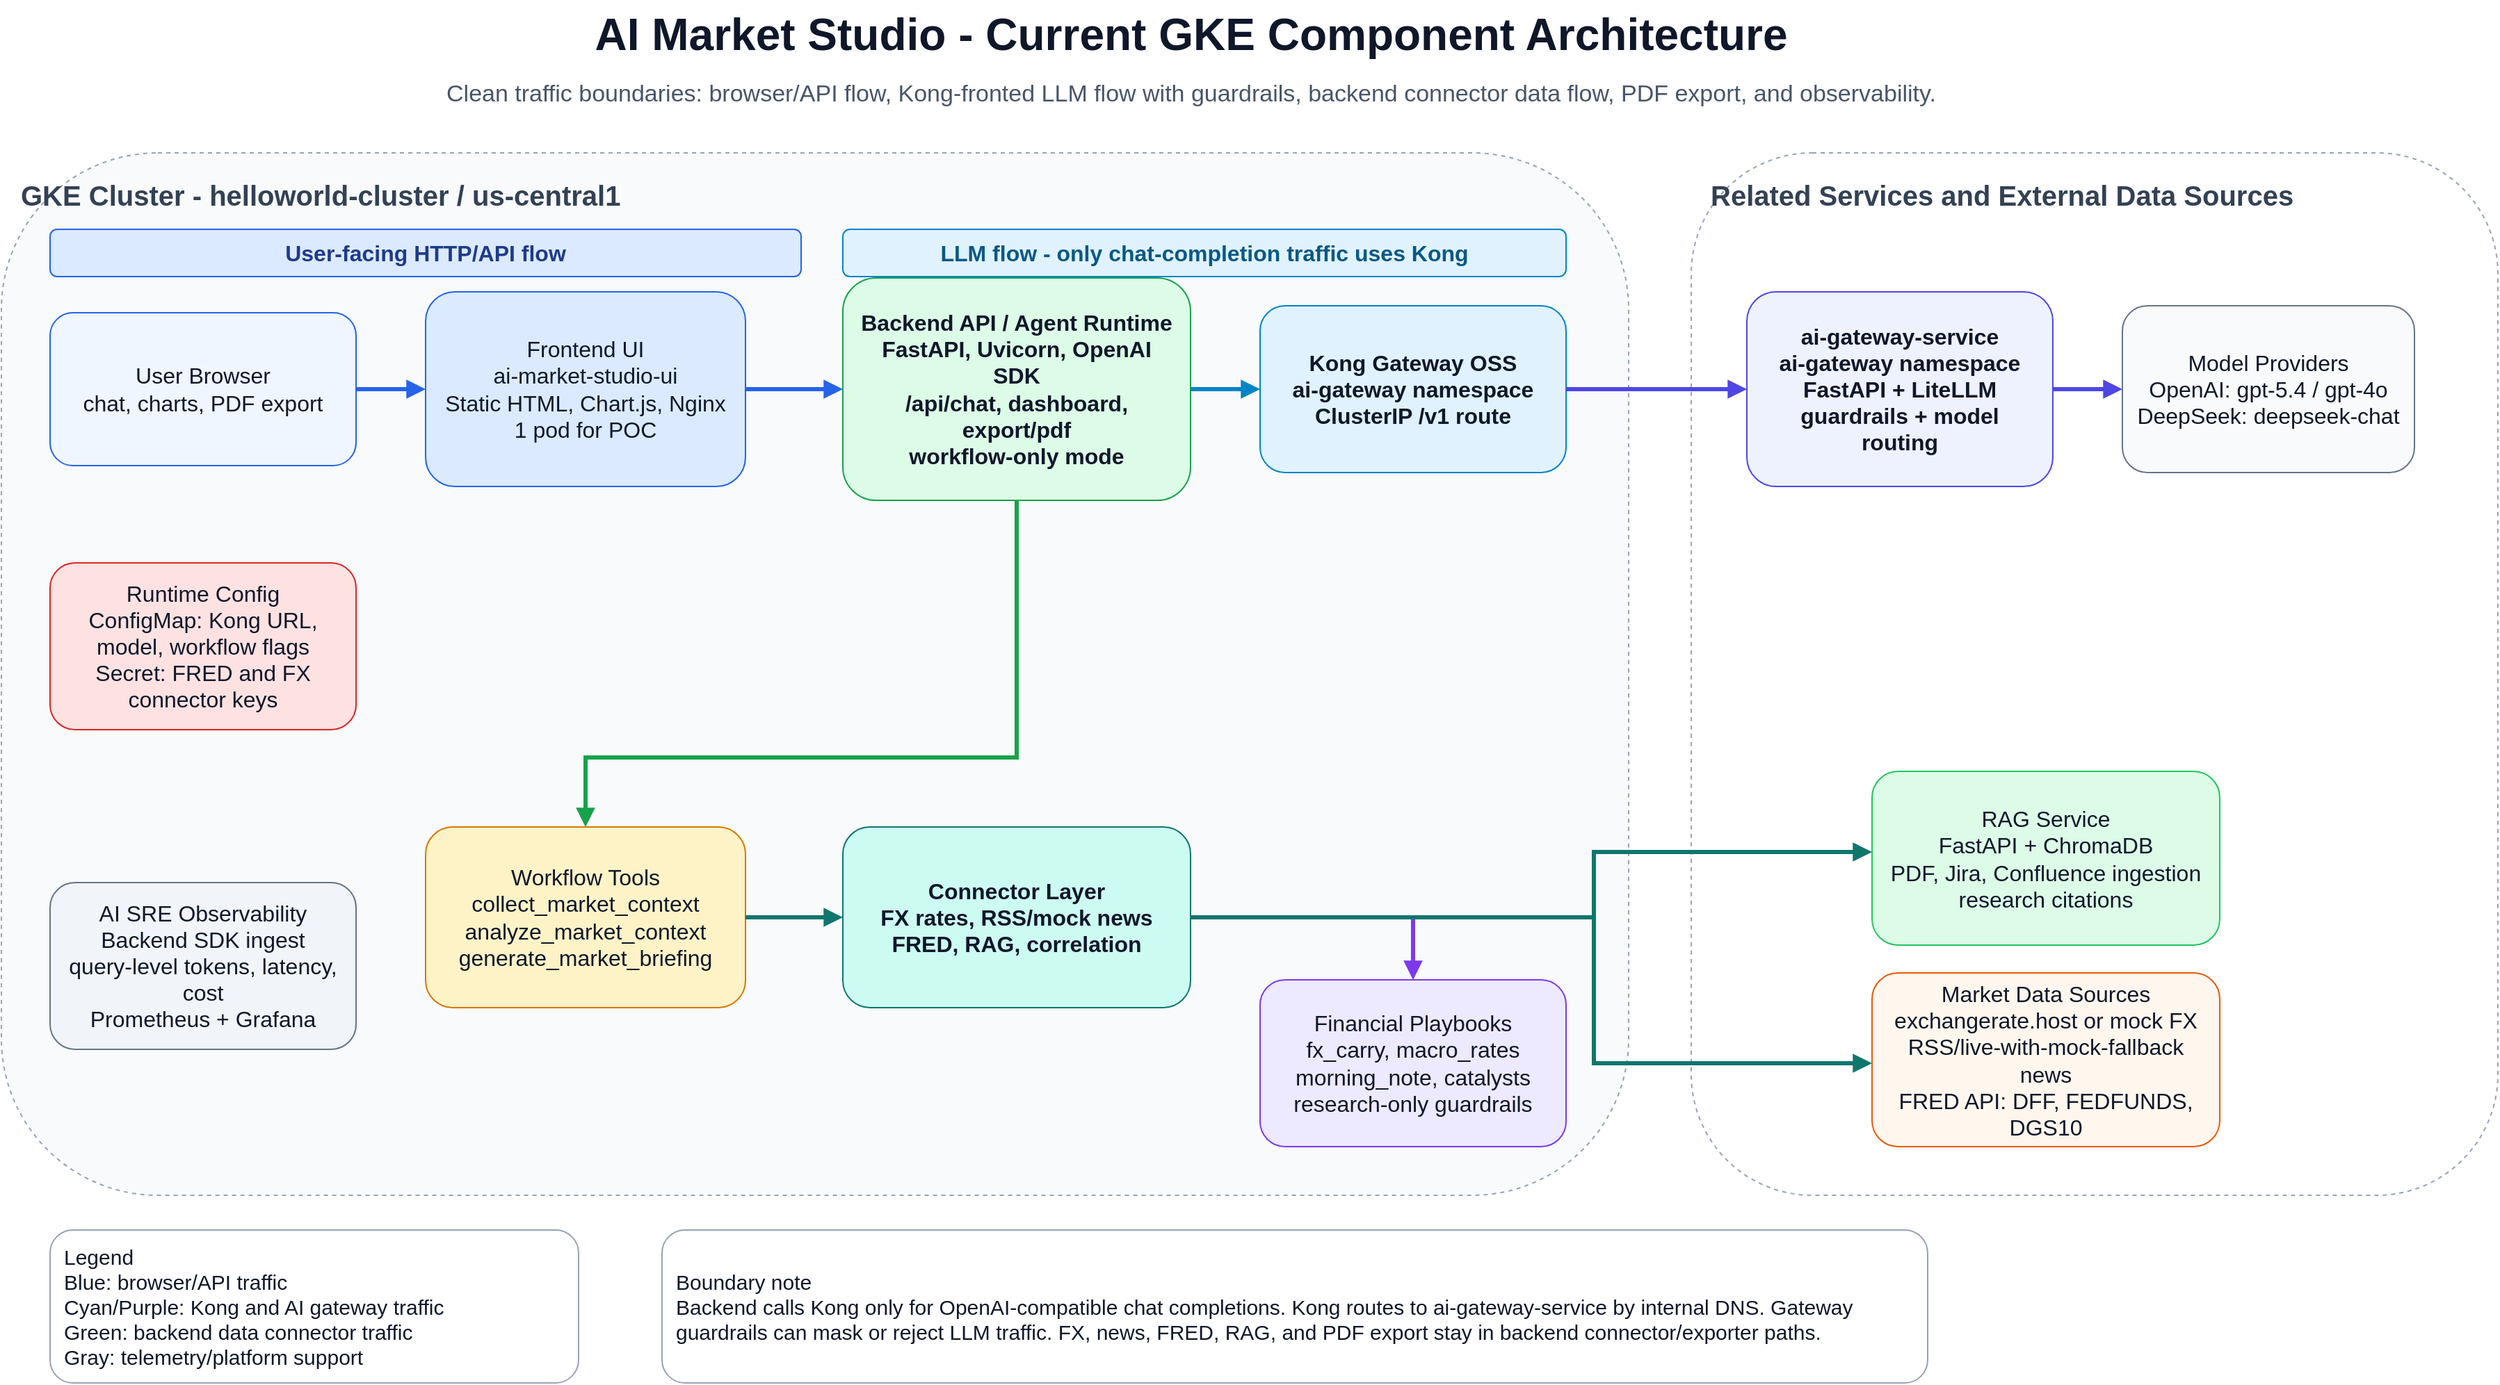
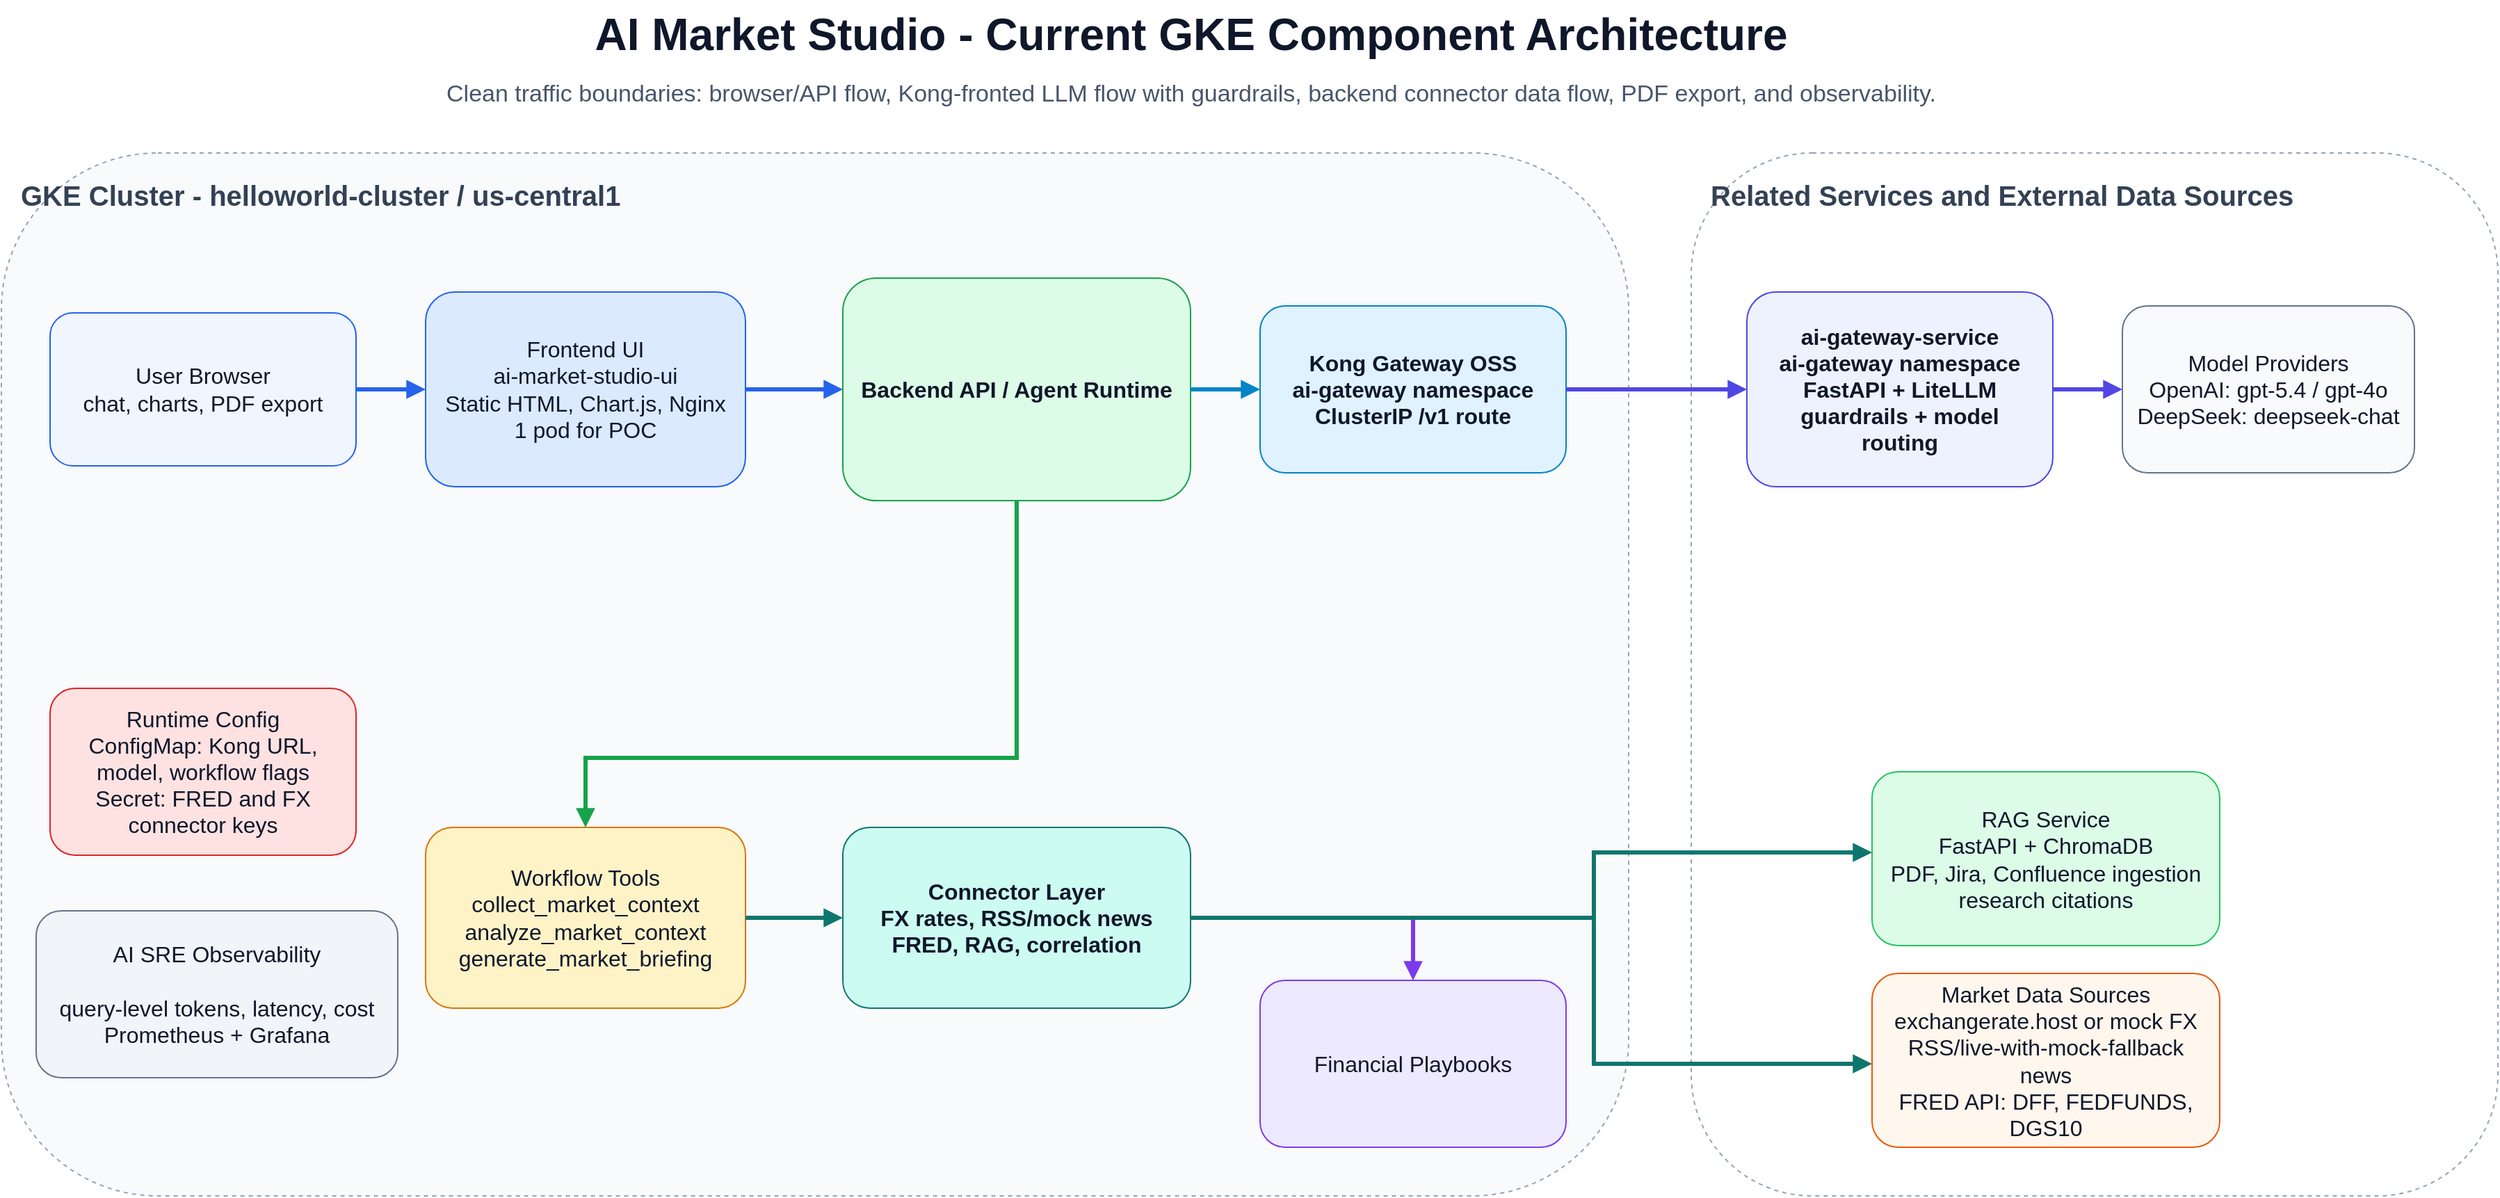
<mxfile host="Electron" agent="Mozilla/5.0 (Windows NT 10.0; Win64; x64) AppleWebKit/537.36 (KHTML, like Gecko) draw.io/29.6.6 Chrome/144.0.7559.236 Electron/40.8.4 Safari/537.36" version="29.6.6">
  <diagram id="component-architecture" name="Component Architecture">
-     <mxGraphModel dx="2109" dy="1085" grid="1" gridSize="10" guides="1" tooltips="1" connect="1" arrows="1" fold="1" page="1" pageScale="1" pageWidth="1800" pageHeight="1050" math="0" shadow="0">
+     <mxGraphModel dx="2561" dy="1317" grid="1" gridSize="10" guides="1" tooltips="1" connect="1" arrows="1" fold="1" page="1" pageScale="1" pageWidth="1800" pageHeight="1050" math="0" shadow="0">
      <root>
        <mxCell id="0" />
        <mxCell id="1" parent="0" />
        <mxCell id="title" parent="1" style="text;html=1;strokeColor=none;fillColor=none;fontSize=32;fontStyle=1;fontColor=#0f172a;align=center;verticalAlign=middle;" value="AI Market Studio - Current GKE Component Architecture" vertex="1">
          <mxGeometry height="50" width="1300" x="250" y="25" as="geometry" />
        </mxCell>
        <mxCell id="subtitle" parent="1" style="text;html=1;strokeColor=none;fillColor=none;fontSize=17;fontColor=#475569;align=center;verticalAlign=middle;" value="Clean traffic boundaries: browser/API flow, Kong-fronted LLM flow with guardrails, backend connector data flow, PDF export, and observability." vertex="1">
          <mxGeometry height="35" width="1300" x="250" y="75" as="geometry" />
        </mxCell>
        <mxCell id="gke" parent="1" style="rounded=1;whiteSpace=wrap;html=1;fillColor=#f8fafc;strokeColor=#94a3b8;dashed=1;fontSize=20;fontStyle=1;fontColor=#334155;align=left;verticalAlign=top;spacing=14;" value="GKE Cluster - helloworld-cluster / us-central1" vertex="1">
          <mxGeometry height="750" width="1170" x="45" y="135" as="geometry" />
        </mxCell>
        <mxCell id="external" parent="1" style="rounded=1;whiteSpace=wrap;html=1;fillColor=#ffffff;strokeColor=#94a3b8;dashed=1;fontSize=20;fontStyle=1;fontColor=#334155;align=left;verticalAlign=top;spacing=14;" value="Related Services and External Data Sources" vertex="1">
          <mxGeometry height="750" width="580" x="1260" y="135" as="geometry" />
        </mxCell>
-         <mxCell id="lane-api" parent="1" style="rounded=1;whiteSpace=wrap;html=1;fillColor=#dbeafe;strokeColor=#2563eb;fontSize=16;fontStyle=1;fontColor=#1e3a8a;align=center;" value="User-facing HTTP/API flow" vertex="1">
-           <mxGeometry height="34" width="540" x="80" y="190" as="geometry" />
-         </mxCell>
-         <mxCell id="lane-llm" parent="1" style="rounded=1;whiteSpace=wrap;html=1;fillColor=#e0f2fe;strokeColor=#0284c7;fontSize=16;fontStyle=1;fontColor=#075985;align=center;" value="LLM flow - only chat-completion traffic uses Kong" vertex="1">
-           <mxGeometry height="34" width="520" x="650" y="190" as="geometry" />
-         </mxCell>
        <mxCell id="browser" parent="1" style="rounded=1;whiteSpace=wrap;html=1;fillColor=#eff6ff;strokeColor=#2563eb;fontSize=16;fontColor=#0f172a;spacing=10;" value="User Browser&lt;br/&gt;chat, charts, PDF export" vertex="1">
          <mxGeometry height="110" width="220" x="80" y="250" as="geometry" />
        </mxCell>
        <mxCell id="ui" parent="1" style="rounded=1;whiteSpace=wrap;html=1;fillColor=#dbeafe;strokeColor=#2563eb;fontSize=16;fontColor=#0f172a;spacing=10;" value="Frontend UI&lt;br/&gt;ai-market-studio-ui&lt;br/&gt;Static HTML, Chart.js, Nginx&lt;br/&gt;1 pod for POC" vertex="1">
          <mxGeometry height="140" width="230" x="350" y="235" as="geometry" />
        </mxCell>
-         <mxCell id="backend" parent="1" style="rounded=1;whiteSpace=wrap;html=1;fillColor=#dcfce7;strokeColor=#16a34a;fontSize=16;fontStyle=1;fontColor=#0f172a;spacing=10;" value="Backend API / Agent Runtime&lt;br/&gt;FastAPI, Uvicorn, OpenAI SDK&lt;br/&gt;/api/chat, dashboard, export/pdf&lt;br/&gt;workflow-only mode" vertex="1">
+         <mxCell id="backend" parent="1" style="rounded=1;whiteSpace=wrap;html=1;fillColor=#dcfce7;strokeColor=#16a34a;fontSize=16;fontStyle=1;fontColor=#0f172a;spacing=10;" value="Backend API / Agent Runtime" vertex="1">
          <mxGeometry height="160" width="250" x="650" y="225" as="geometry" />
        </mxCell>
        <mxCell id="kong" parent="1" style="rounded=1;whiteSpace=wrap;html=1;fillColor=#e0f2fe;strokeColor=#0284c7;fontSize=16;fontStyle=1;fontColor=#0f172a;spacing=10;" value="Kong Gateway OSS&lt;br/&gt;ai-gateway namespace&lt;br/&gt;ClusterIP /v1 route" vertex="1">
          <mxGeometry height="120" width="220" x="950" y="245" as="geometry" />
        </mxCell>
        <mxCell id="gateway" parent="1" style="rounded=1;whiteSpace=wrap;html=1;fillColor=#eef2ff;strokeColor=#4f46e5;fontSize=16;fontStyle=1;fontColor=#0f172a;spacing=10;" value="ai-gateway-service&lt;br/&gt;ai-gateway namespace&lt;br/&gt;FastAPI + LiteLLM&lt;br/&gt;guardrails + model routing" vertex="1">
          <mxGeometry height="140" width="220" x="1300" y="235" as="geometry" />
        </mxCell>
        <mxCell id="providers" parent="1" style="rounded=1;whiteSpace=wrap;html=1;fillColor=#f8fafc;strokeColor=#64748b;fontSize=16;fontColor=#0f172a;spacing=10;" value="Model Providers&lt;br/&gt;OpenAI: gpt-5.4 / gpt-4o&lt;br/&gt;DeepSeek: deepseek-chat" vertex="1">
          <mxGeometry height="120" width="210" x="1570" y="245" as="geometry" />
        </mxCell>
        <mxCell id="config" parent="1" style="rounded=1;whiteSpace=wrap;html=1;fillColor=#fee2e2;strokeColor=#dc2626;fontSize=16;fontColor=#0f172a;spacing=10;" value="Runtime Config&lt;br/&gt;ConfigMap: Kong URL, model, workflow flags&lt;br/&gt;Secret: FRED and FX connector keys" vertex="1">
-           <mxGeometry height="120" width="220" x="80" y="430" as="geometry" />
+           <mxGeometry height="120" width="220" x="80" y="520" as="geometry" />
        </mxCell>
-         <mxCell id="observe" parent="1" style="rounded=1;whiteSpace=wrap;html=1;fillColor=#f1f5f9;strokeColor=#64748b;fontSize=16;fontColor=#0f172a;spacing=10;" value="AI SRE Observability&lt;br/&gt;Backend SDK ingest&lt;br/&gt;query-level tokens, latency, cost&lt;br/&gt;Prometheus + Grafana" vertex="1">
-           <mxGeometry height="120" width="220" x="80" y="660" as="geometry" />
+         <mxCell id="observe" parent="1" style="rounded=1;whiteSpace=wrap;html=1;fillColor=#f1f5f9;strokeColor=#64748b;fontSize=16;fontColor=#0f172a;spacing=10;" value="AI SRE Observability&lt;br&gt;&lt;br&gt;query-level tokens, latency, cost&lt;br&gt;Prometheus + Grafana" vertex="1">
+           <mxGeometry height="120" width="260" x="70" y="680" as="geometry" />
        </mxCell>
        <mxCell id="workflow" parent="1" style="rounded=1;whiteSpace=wrap;html=1;fillColor=#fef3c7;strokeColor=#d97706;fontSize=16;fontColor=#0f172a;spacing=10;" value="Workflow Tools&lt;br/&gt;collect_market_context&lt;br/&gt;analyze_market_context&lt;br/&gt;generate_market_briefing" vertex="1">
          <mxGeometry height="130" width="230" x="350" y="620" as="geometry" />
        </mxCell>
        <mxCell id="connectors" parent="1" style="rounded=1;whiteSpace=wrap;html=1;fillColor=#ccfbf1;strokeColor=#0f766e;fontSize=16;fontStyle=1;fontColor=#0f172a;spacing=10;" value="Connector Layer&lt;br/&gt;FX rates, RSS/mock news&lt;br/&gt;FRED, RAG, correlation" vertex="1">
          <mxGeometry height="130" width="250" x="650" y="620" as="geometry" />
        </mxCell>
-         <mxCell id="playbooks" parent="1" style="rounded=1;whiteSpace=wrap;html=1;fillColor=#ede9fe;strokeColor=#7c3aed;fontSize=16;fontColor=#0f172a;spacing=10;" value="Financial Playbooks&lt;br/&gt;fx_carry, macro_rates&lt;br/&gt;morning_note, catalysts&lt;br/&gt;research-only guardrails" vertex="1">
+         <mxCell id="playbooks" parent="1" style="rounded=1;whiteSpace=wrap;html=1;fillColor=#ede9fe;strokeColor=#7c3aed;fontSize=16;fontColor=#0f172a;spacing=10;" value="Financial Playbooks" vertex="1">
          <mxGeometry height="120" width="220" x="950" y="730" as="geometry" />
        </mxCell>
        <mxCell id="rag" parent="1" style="rounded=1;whiteSpace=wrap;html=1;fillColor=#dcfce7;strokeColor=#22c55e;fontSize=16;fontColor=#0f172a;spacing=10;" value="RAG Service&lt;br/&gt;FastAPI + ChromaDB&lt;br/&gt;PDF, Jira, Confluence ingestion&lt;br/&gt;research citations" vertex="1">
          <mxGeometry height="125" width="250" x="1390" y="580" as="geometry" />
        </mxCell>
        <mxCell id="marketdata" parent="1" style="rounded=1;whiteSpace=wrap;html=1;fillColor=#fff7ed;strokeColor=#ea580c;fontSize=16;fontColor=#0f172a;spacing=10;" value="Market Data Sources&lt;br/&gt;exchangerate.host or mock FX&lt;br/&gt;RSS/live-with-mock-fallback news&lt;br/&gt;FRED API: DFF, FEDFUNDS, DGS10" vertex="1">
          <mxGeometry height="125" width="250" x="1390" y="725" as="geometry" />
-         </mxCell>
-         <mxCell id="legend" parent="1" style="rounded=1;whiteSpace=wrap;html=1;fillColor=#ffffff;strokeColor=#94a3b8;fontSize=15;fontColor=#0f172a;align=left;spacing=10;" value="Legend&lt;br/&gt;Blue: browser/API traffic&lt;br/&gt;Cyan/Purple: Kong and AI gateway traffic&lt;br/&gt;Green: backend data connector traffic&lt;br/&gt;Gray: telemetry/platform support" vertex="1">
-           <mxGeometry height="110" width="380" x="80" y="910" as="geometry" />
-         </mxCell>
-         <mxCell id="note" parent="1" style="rounded=1;whiteSpace=wrap;html=1;fillColor=#ffffff;strokeColor=#94a3b8;fontSize=15;fontColor=#0f172a;align=left;spacing=10;" value="Boundary note&lt;br/&gt;Backend calls Kong only for OpenAI-compatible chat completions. Kong routes to ai-gateway-service by internal DNS. Gateway guardrails can mask or reject LLM traffic. FX, news, FRED, RAG, and PDF export stay in backend connector/exporter paths." vertex="1">
-           <mxGeometry height="110" width="910" x="520" y="910" as="geometry" />
        </mxCell>
        <mxCell id="e-browser-ui" edge="1" parent="1" source="browser" style="edgeStyle=orthogonalEdgeStyle;rounded=0;html=1;strokeColor=#2563eb;strokeWidth=3;endArrow=block;" target="ui" value="">
          <mxGeometry relative="1" as="geometry" />
        </mxCell>
        <mxCell id="e-ui-backend" edge="1" parent="1" source="ui" style="edgeStyle=orthogonalEdgeStyle;rounded=0;html=1;strokeColor=#2563eb;strokeWidth=3;endArrow=block;fontSize=13;fontColor=#334155;" target="backend" value="">
          <mxGeometry relative="1" as="geometry" />
        </mxCell>
        <mxCell id="e-backend-kong" edge="1" parent="1" source="backend" style="edgeStyle=orthogonalEdgeStyle;rounded=0;html=1;strokeColor=#0284c7;strokeWidth=3;endArrow=block;fontSize=13;fontColor=#334155;" target="kong" value="">
          <mxGeometry relative="1" as="geometry" />
        </mxCell>
        <mxCell id="e-kong-gateway" edge="1" parent="1" source="kong" style="edgeStyle=orthogonalEdgeStyle;rounded=0;html=1;strokeColor=#4f46e5;strokeWidth=3;endArrow=block;fontSize=13;fontColor=#334155;" target="gateway" value="">
          <mxGeometry relative="1" as="geometry" />
        </mxCell>
        <mxCell id="e-gateway-providers" edge="1" parent="1" source="gateway" style="edgeStyle=orthogonalEdgeStyle;rounded=0;html=1;strokeColor=#4f46e5;strokeWidth=3;endArrow=block;fontSize=13;fontColor=#334155;" target="providers" value="">
          <mxGeometry relative="1" as="geometry" />
        </mxCell>
        <mxCell id="e-backend-workflow" edge="1" parent="1" source="backend" style="edgeStyle=orthogonalEdgeStyle;rounded=0;html=1;strokeColor=#16a34a;strokeWidth=3;endArrow=block;fontSize=13;fontColor=#334155;" target="workflow" value="">
          <mxGeometry relative="1" as="geometry">
            <Array as="points">
              <mxPoint x="775" y="570" />
              <mxPoint x="465" y="570" />
            </Array>
          </mxGeometry>
        </mxCell>
        <mxCell id="e-workflow-connectors" edge="1" parent="1" source="workflow" style="edgeStyle=orthogonalEdgeStyle;rounded=0;html=1;strokeColor=#0f766e;strokeWidth=3;endArrow=block;fontSize=13;fontColor=#334155;" target="connectors" value="">
          <mxGeometry relative="1" as="geometry" />
        </mxCell>
        <mxCell id="e-connectors-playbooks" edge="1" parent="1" source="connectors" style="edgeStyle=orthogonalEdgeStyle;rounded=0;html=1;strokeColor=#7c3aed;strokeWidth=3;endArrow=block;fontSize=13;fontColor=#334155;" target="playbooks" value="">
          <mxGeometry relative="1" as="geometry">
            <Array as="points">
              <mxPoint x="1060" y="685" />
            </Array>
          </mxGeometry>
        </mxCell>
        <mxCell id="e-connectors-rag" edge="1" parent="1" source="connectors" style="edgeStyle=orthogonalEdgeStyle;rounded=0;html=1;strokeColor=#0f766e;strokeWidth=3;endArrow=block;fontSize=13;fontColor=#334155;" target="rag" value="">
          <mxGeometry relative="1" as="geometry">
            <Array as="points">
              <mxPoint x="1190" y="685" />
              <mxPoint x="1190" y="638" />
            </Array>
          </mxGeometry>
        </mxCell>
        <mxCell id="e-connectors-marketdata" edge="1" parent="1" source="connectors" style="edgeStyle=orthogonalEdgeStyle;rounded=0;html=1;strokeColor=#0f766e;strokeWidth=3;endArrow=block;fontSize=13;fontColor=#334155;" target="marketdata" value="">
          <mxGeometry relative="1" as="geometry">
            <Array as="points">
              <mxPoint x="1190" y="685" />
              <mxPoint x="1190" y="790" />
            </Array>
          </mxGeometry>
        </mxCell>
      </root>
    </mxGraphModel>
  </diagram>
</mxfile>
